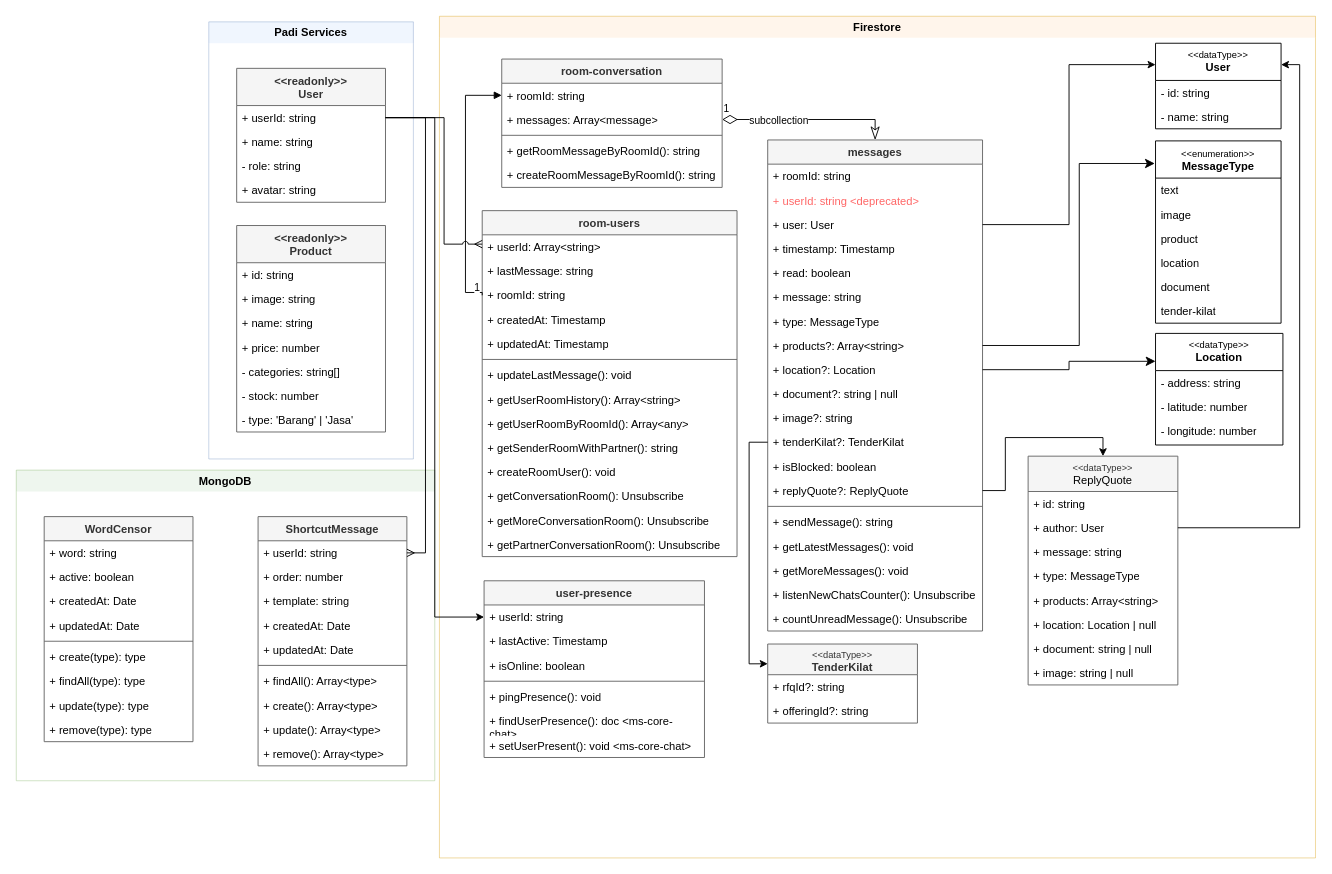
Before: page "Class Diagram" (3 of 6) of System Design Padi Chat.drawio in yogiprsetya/app.diagrams.net, a draw.io diagram. Source tidied: cells renumbered, new cells numbered last; positions are measured from the earlier drawing's top-left corner, leaving out a move shared by most shapes. Both pictures are drawn from the tidied source at 93%, with x=0, y=0 at pixel (16, 16).
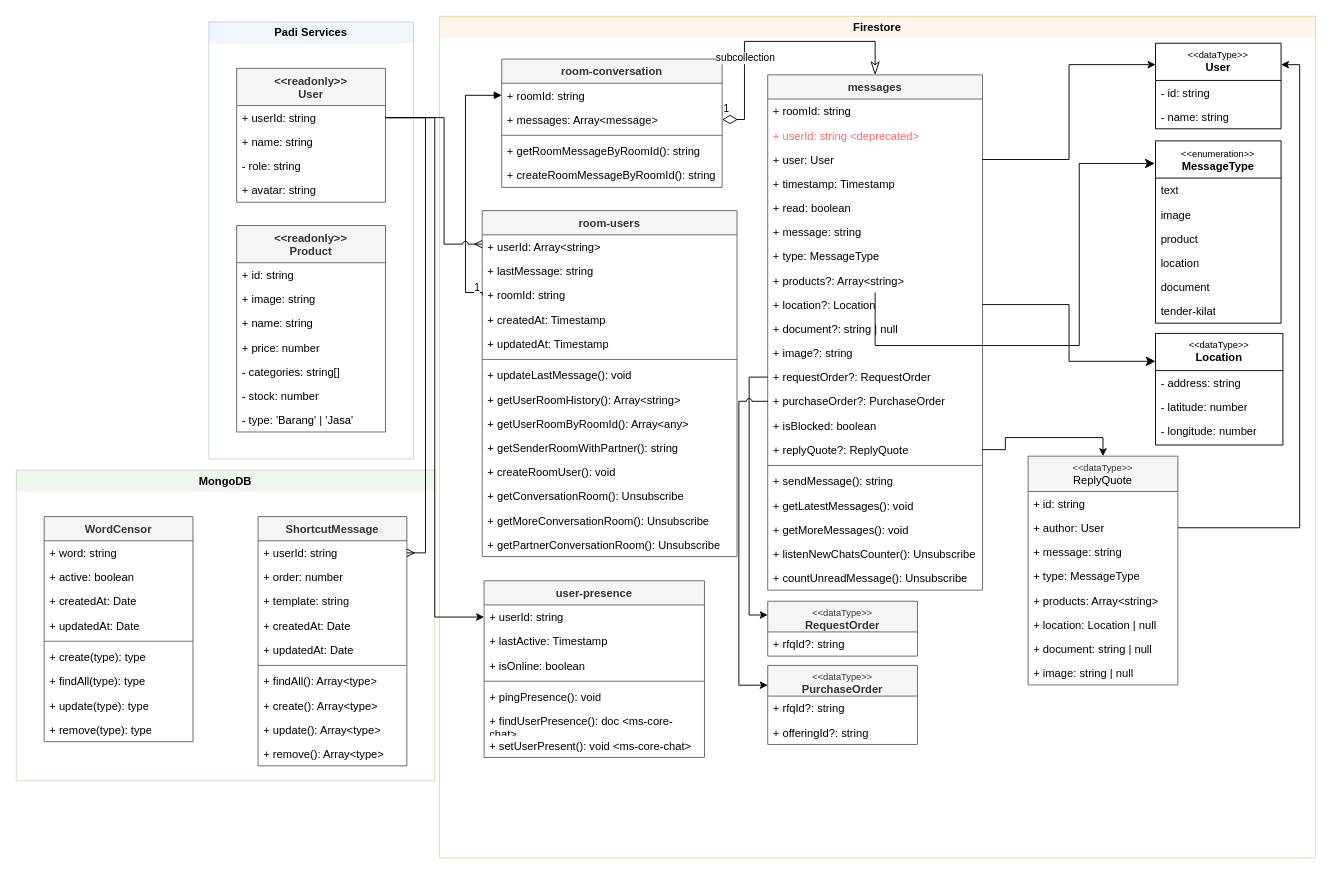
The same diagram, later.

Unchanged cells that the change refers to:
```xml
<mxCell id="2" value="Firestore" style="swimlane;whiteSpace=wrap;html=1;fillColor=#ffe6cc;strokeColor=#d79b00;swimlaneLine=0;opacity=40;" parent="1" vertex="1">
  <mxGeometry x="455" width="942" height="905" as="geometry" />
</mxCell>
<mxCell id="81" value="+ &lt;span class=&quot;database-key&quot;&gt;message&lt;/span&gt;s: Array&amp;lt;message&amp;gt;" style="text;strokeColor=none;fillColor=none;align=left;verticalAlign=top;spacingLeft=4;spacingRight=4;overflow=hidden;points=[[0,0.5],[1,0.5]];portConstraint=eastwest;whiteSpace=wrap;html=1;" parent="79" vertex="1">
  <mxGeometry y="52" width="237" height="26" as="geometry" />
</mxCell>
```

Change to the diagram source:
```diff
@@
     <mxCell id="29" value="messages" style="swimlane;fontStyle=1;align=center;verticalAlign=top;horizontal=1;startSize=26;whiteSpace=wrap;html=1;fillColor=#f5f5f5;fontColor=#333333;strokeColor=#666666;" parent="2" vertex="1">
-      <mxGeometry x="353" y="133" width="231" height="528" as="geometry" />
+      <mxGeometry x="353" y="63" width="231" height="554" as="geometry" />
     </mxCell>
@@
-    <mxCell id="41" value="+ tenderKilat?: TenderKilat" style="text;strokeColor=none;fillColor=none;align=left;verticalAlign=top;spacingLeft=4;spacingRight=4;overflow=hidden;points=[[0,0.5],[1,0.5]];portConstraint=eastwest;whiteSpace=wrap;html=1;" parent="29" vertex="1">
+    <mxCell id="41" value="+ requestOrder?: RequestOrder" style="text;strokeColor=none;fillColor=none;align=left;verticalAlign=top;spacingLeft=4;spacingRight=4;overflow=hidden;points=[[0,0.5],[1,0.5]];portConstraint=eastwest;whiteSpace=wrap;html=1;" parent="29" vertex="1">
       <mxGeometry y="312" width="231" height="26" as="geometry" />
     </mxCell>
+    <mxCell id="128" value="+ &lt;span&gt;purchase&lt;/span&gt;Order?: &lt;span&gt;Purchase&lt;/span&gt;Order" style="text;strokeColor=none;fillColor=none;align=left;verticalAlign=top;spacingLeft=4;spacingRight=4;overflow=hidden;points=[[0,0.5],[1,0.5]];portConstraint=eastwest;whiteSpace=wrap;html=1;" parent="29" vertex="1">
+      <mxGeometry y="338" width="231" height="26" as="geometry" />
+    </mxCell>
     <mxCell id="42" value="+ &lt;span class=&quot;database-key&quot;&gt;isBlocked&lt;/span&gt;: boolean" style="text;strokeColor=none;fillColor=none;align=left;verticalAlign=top;spacingLeft=4;spacingRight=4;overflow=hidden;whiteSpace=wrap;html=1;" parent="29" vertex="1">
-      <mxGeometry y="338" width="231" height="26" as="geometry" />
+      <mxGeometry y="364" width="231" height="26" as="geometry" />
     </mxCell>
     <mxCell id="43" value="+ &lt;span class=&quot;database-key&quot;&gt;replyQuote&lt;/span&gt;?: ReplyQuote" style="text;strokeColor=none;fillColor=none;align=left;verticalAlign=top;spacingLeft=4;spacingRight=4;overflow=hidden;points=[[0,0.5],[1,0.5]];portConstraint=eastwest;whiteSpace=wrap;html=1;" parent="29" vertex="1">
-      <mxGeometry y="364" width="231" height="26" as="geometry" />
+      <mxGeometry y="390" width="231" height="26" as="geometry" />
     </mxCell>
     <mxCell id="44" style="line;strokeWidth=1;fillColor=none;align=left;verticalAlign=middle;spacingTop=-1;spacingLeft=3;spacingRight=3;labelPosition=right;strokeColor=inherit;" parent="29" vertex="1">
-      <mxGeometry y="390" width="231" height="8" as="geometry" />
+      <mxGeometry y="416" width="231" height="8" as="geometry" />
     </mxCell>
     <mxCell id="45" value="+ sendMessage(): string" style="text;strokeColor=none;fillColor=none;align=left;verticalAlign=top;spacingLeft=4;spacingRight=4;overflow=hidden;whiteSpace=wrap;html=1;" parent="29" vertex="1">
-      <mxGeometry y="398" width="231" height="26" as="geometry" />
+      <mxGeometry y="424" width="231" height="26" as="geometry" />
     </mxCell>
     <mxCell id="46" value="+ getLatestMessages(): void" style="text;strokeColor=none;fillColor=none;align=left;verticalAlign=top;spacingLeft=4;spacingRight=4;overflow=hidden;whiteSpace=wrap;html=1;" parent="29" vertex="1">
-      <mxGeometry y="424" width="231" height="26" as="geometry" />
+      <mxGeometry y="450" width="231" height="26" as="geometry" />
     </mxCell>
     <mxCell id="47" value="+ getMoreMessages(): void" style="text;strokeColor=none;fillColor=none;align=left;verticalAlign=top;spacingLeft=4;spacingRight=4;overflow=hidden;whiteSpace=wrap;html=1;" parent="29" vertex="1">
-      <mxGeometry y="450" width="231" height="26" as="geometry" />
+      <mxGeometry y="476" width="231" height="26" as="geometry" />
     </mxCell>
     <mxCell id="48" value="+ listenNewChatsCounter(): Unsubscribe" style="text;strokeColor=none;fillColor=none;align=left;verticalAlign=top;spacingLeft=4;spacingRight=4;overflow=hidden;whiteSpace=wrap;html=1;" parent="29" vertex="1">
-      <mxGeometry y="476" width="231" height="26" as="geometry" />
+      <mxGeometry y="502" width="231" height="26" as="geometry" />
     </mxCell>
     <mxCell id="49" value="+ countUnreadMessage(): Unsubscribe" style="text;strokeColor=none;fillColor=none;align=left;verticalAlign=top;spacingLeft=4;spacingRight=4;overflow=hidden;whiteSpace=wrap;html=1;" parent="29" vertex="1">
-      <mxGeometry y="502" width="231" height="26" as="geometry" />
+      <mxGeometry y="528" width="231" height="26" as="geometry" />
     </mxCell>
@@
-    <mxCell id="75" value="&lt;div style=&quot;font-size: 10px;&quot;&gt;&lt;span style=&quot;font-weight: normal;&quot;&gt;&amp;lt;&amp;lt;dataType&amp;gt;&amp;gt;&lt;/span&gt;&lt;/div&gt;TenderKilat" style="swimlane;fontStyle=1;align=center;verticalAlign=top;horizontal=1;startSize=33;whiteSpace=wrap;html=1;fillColor=#f5f5f5;fontColor=#333333;strokeColor=#666666;" parent="2" vertex="1">
-      <mxGeometry x="353" y="675" width="161" height="85" as="geometry" />
+    <mxCell id="75" value="&lt;div style=&quot;font-size: 10px;&quot;&gt;&lt;span style=&quot;font-weight: normal;&quot;&gt;&amp;lt;&amp;lt;dataType&amp;gt;&amp;gt;&lt;/span&gt;&lt;/div&gt;RequestOrder" style="swimlane;fontStyle=1;align=center;verticalAlign=top;horizontal=1;startSize=33;whiteSpace=wrap;html=1;fillColor=#f5f5f5;fontColor=#333333;strokeColor=#666666;" parent="2" vertex="1">
+      <mxGeometry x="353" y="629" width="161" height="59" as="geometry" />
     </mxCell>
@@
+    <mxCell id="78" style="edgeStyle=orthogonalEdgeStyle;rounded=0;jettySize=auto;html=1;exitX=0;exitY=0.5;exitDx=0;exitDy=0;entryX=0;entryY=0.25;entryDx=0;entryDy=0;" parent="2" edge="1" source="41" target="75">
+      <mxGeometry relative="1" as="geometry" />
+    </mxCell>
+    <mxCell id="129" value="&lt;div style=&quot;font-size: 10px;&quot;&gt;&lt;span style=&quot;font-weight: normal;&quot;&gt;&amp;lt;&amp;lt;dataType&amp;gt;&amp;gt;&lt;/span&gt;&lt;/div&gt;&lt;span&gt;Purchase&lt;/span&gt;Order" style="swimlane;fontStyle=1;align=center;verticalAlign=top;horizontal=1;startSize=33;whiteSpace=wrap;html=1;fillColor=#f5f5f5;fontColor=#333333;strokeColor=#666666;" parent="2" vertex="1">
+      <mxGeometry x="353" y="698" width="161" height="85" as="geometry" />
+    </mxCell>
+    <mxCell id="130" value="+ rfqId?: string" style="text;strokeColor=none;fillColor=none;align=left;verticalAlign=top;spacingLeft=4;spacingRight=4;overflow=hidden;whiteSpace=wrap;html=1;" parent="129" vertex="1">
+      <mxGeometry y="33" width="161" height="26" as="geometry" />
+    </mxCell>
-    <mxCell id="77" value="+ offeringId?: string" style="text;strokeColor=none;fillColor=none;align=left;verticalAlign=top;spacingLeft=4;spacingRight=4;overflow=hidden;whiteSpace=wrap;html=1;" parent="75" vertex="1">
+    <mxCell id="77" value="+ offeringId?: string" style="text;strokeColor=none;fillColor=none;align=left;verticalAlign=top;spacingLeft=4;spacingRight=4;overflow=hidden;whiteSpace=wrap;html=1;" parent="129" vertex="1">
       <mxGeometry y="59" width="161" height="26" as="geometry" />
     </mxCell>
-    <mxCell id="78" style="edgeStyle=orthogonalEdgeStyle;rounded=0;jettySize=auto;html=1;exitX=0;exitY=0.5;exitDx=0;exitDy=0;entryX=0;entryY=0.25;entryDx=0;entryDy=0;" parent="2" edge="1" source="41" target="75">
-      <mxGeometry relative="1" as="geometry" />
-    </mxCell>
+    <mxCell id="131" style="edgeStyle=orthogonalEdgeStyle;rounded=0;jettySize=auto;html=1;entryX=0;entryY=0.25;entryDx=0;entryDy=0;jumpStyle=arc;" parent="2" edge="1" source="128" target="129">
+      <mxGeometry relative="1" as="geometry">
+        <Array as="points">
+          <mxPoint x="322" y="414" />
+          <mxPoint x="322" y="719" />
+        </Array>
+      </mxGeometry>
+    </mxCell>
@@
     <mxCell id="85" value="1" style="endArrow=classicThin;html=1;endSize=12;startArrow=diamondThin;startSize=14;startFill=0;edgeStyle=orthogonalEdgeStyle;align=left;verticalAlign=bottom;rounded=0;exitX=1;exitY=0.5;exitDx=0;exitDy=0;endFill=0;entryX=0.5;entryY=0;entryDx=0;entryDy=0;" parent="1" edge="1" source="81" target="29">
-      <mxGeometry x="-1" y="3" relative="1" as="geometry" />
+      <mxGeometry x="-1" y="3" relative="1" as="geometry">
+        <Array as="points">
+          <mxPoint x="783" y="111" />
+          <mxPoint x="783" y="27" />
+          <mxPoint x="924" y="27" />
+        </Array>
+      </mxGeometry>
     </mxCell>
```
